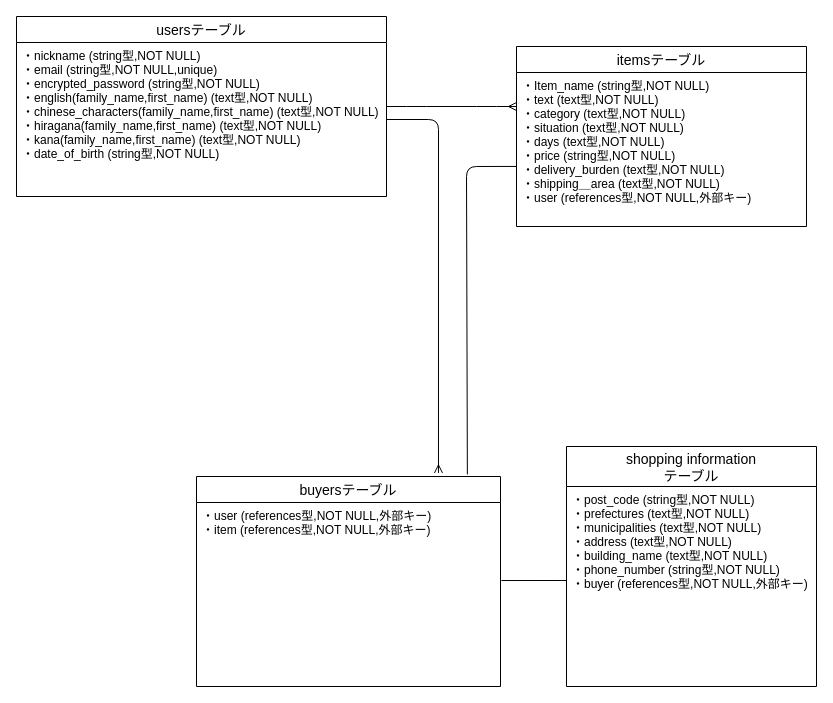
Before: test.dio in yuichiban/furima-37652, a draw.io diagram. Source tidied: cells renumbered, new cells numbered last; positions are measured from the earlier drawing's top-left corner, leaving out a move shared by most shapes. Both pictures are drawn from the tidied source at 100%, with x=0, y=0 at pixel (16, 16).
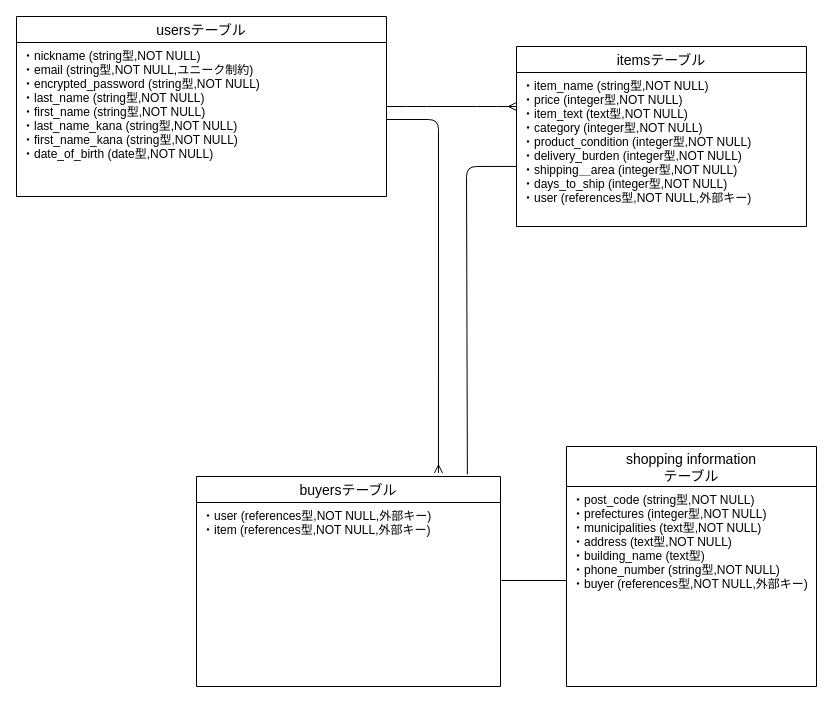
After the change.

Change to the diagram source:
```diff
@@
 <mxGraphModel>
   <root>
     <mxCell id="0" />
     <mxCell id="1" parent="0" />
     <mxCell id="2" value="usersテーブル" style="swimlane;fontStyle=0;horizontal=1;startSize=26;align=center;fontSize=14;" parent="1" vertex="1">
       <mxGeometry width="370" height="180" as="geometry" />
     </mxCell>
-    <mxCell id="3" value="・nickname (string型,NOT NULL)&#10;・email (string型,NOT NULL,unique)&#10;・encrypted_password (string型,NOT NULL)&#10;・english(family_name,first_name) (text型,NOT NULL)&#10;・chinese_characters(family_name,first_name) (text型,NOT NULL)&#10;・hiragana(family_name,first_name) (text型,NOT NULL)&#10;・kana(family_name,first_name) (text型,NOT NULL)&#10;・date_of_birth (string型,NOT NULL)&#10;" style="text;strokeColor=none;fillColor=none;spacingLeft=4;spacingRight=4;overflow=hidden;points=[[0,0.5],[1,0.5]];portConstraint=eastwest;fontSize=12;" parent="2" vertex="1">
+    <mxCell id="3" value="・nickname (string型,NOT NULL)&#10;・email (string型,NOT NULL,ユニーク制約)&#10;・encrypted_password (string型,NOT NULL)&#10;・last_name (string型,NOT NULL)&#10;・first_name (string型,NOT NULL)&#10;・last_name_kana (string型,NOT NULL)&#10;・first_name_kana (string型,NOT NULL)&#10;・date_of_birth (date型,NOT NULL)&#10;" style="text;strokeColor=none;fillColor=none;spacingLeft=4;spacingRight=4;overflow=hidden;points=[[0,0.5],[1,0.5]];portConstraint=eastwest;fontSize=12;" parent="2" vertex="1">
       <mxGeometry y="26" width="370" height="154" as="geometry" />
     </mxCell>
     <mxCell id="4" value="itemsテーブル" style="swimlane;fontStyle=0;horizontal=1;startSize=26;align=center;fontSize=14;" parent="1" vertex="1">
       <mxGeometry x="500" y="30" width="290" height="180" as="geometry" />
     </mxCell>
-    <mxCell id="5" value="・Item_name (string型,NOT NULL)&#10;・text (text型,NOT NULL)&#10;・category (text型,NOT NULL)&#10;・situation (text型,NOT NULL)&#10;・days (text型,NOT NULL)&#10;・price (string型,NOT NULL)&#10;・delivery_burden (text型,NOT NULL)&#10;・shipping＿area (text型,NOT NULL)&#10;・user (references型,NOT NULL,外部キー)&#10;" style="text;strokeColor=none;fillColor=none;spacingLeft=4;spacingRight=4;overflow=hidden;points=[[0,0.5],[1,0.5]];portConstraint=eastwest;fontSize=12;" parent="4" vertex="1">
+    <mxCell id="5" value="・item_name (string型,NOT NULL)&#10;・price (integer型,NOT NULL)&#10;・item_text (text型,NOT NULL)&#10;・category (integer型,NOT NULL)&#10;・product_condition (integer型,NOT NULL)&#10;・delivery_burden (integer型,NOT NULL)&#10;・shipping＿area (integer型,NOT NULL)&#10;・days_to_ship (integer型,NOT NULL)&#10;・user (references型,NOT NULL,外部キー)&#10;" style="text;strokeColor=none;fillColor=none;spacingLeft=4;spacingRight=4;overflow=hidden;points=[[0,0.5],[1,0.5]];portConstraint=eastwest;fontSize=12;" parent="4" vertex="1">
       <mxGeometry y="26" width="290" height="154" as="geometry" />
     </mxCell>
     <mxCell id="6" style="edgeStyle=none;html=1;exitX=0.891;exitY=-0.01;exitDx=0;exitDy=0;endArrow=none;endFill=0;exitPerimeter=0;entryX=0;entryY=0.61;entryDx=0;entryDy=0;entryPerimeter=0;" parent="1" edge="1" source="7" target="5">
       <mxGeometry relative="1" as="geometry">
         <Array as="points">
           <mxPoint x="450" y="150" />
         </Array>
       </mxGeometry>
     </mxCell>
     <mxCell id="7" value="buyersテーブル" style="swimlane;fontStyle=0;horizontal=1;startSize=26;align=center;fontSize=14;" parent="1" vertex="1">
       <mxGeometry x="180" y="460" width="304" height="210" as="geometry" />
     </mxCell>
     <mxCell id="8" value="・user (references型,NOT NULL,外部キー)&#10;・item (references型,NOT NULL,外部キー)" style="text;strokeColor=none;fillColor=none;spacingLeft=4;spacingRight=4;overflow=hidden;points=[[0,0.5],[1,0.5]];portConstraint=eastwest;fontSize=12;" parent="7" vertex="1">
       <mxGeometry y="26" width="304" height="184" as="geometry" />
     </mxCell>
     <mxCell id="9" style="edgeStyle=entityRelationEdgeStyle;fontSize=12;html=1;endArrow=ERmany;entryX=0;entryY=0.133;entryDx=0;entryDy=0;entryPerimeter=0;" parent="1" edge="1">
       <mxGeometry relative="1" as="geometry">
         <mxPoint x="370" y="90" as="sourcePoint" />
         <mxPoint x="500" y="90" as="targetPoint" />
       </mxGeometry>
     </mxCell>
     <mxCell id="10" style="edgeStyle=none;html=1;entryX=1.003;entryY=0.424;entryDx=0;entryDy=0;entryPerimeter=0;endArrow=none;endFill=0;" parent="1" edge="1" target="8">
       <mxGeometry relative="1" as="geometry">
         <mxPoint x="550" y="564" as="sourcePoint" />
       </mxGeometry>
     </mxCell>
     <mxCell id="11" value="shopping information&#10;テーブル" style="swimlane;fontStyle=0;horizontal=1;startSize=40;align=center;fontSize=14;" parent="1" vertex="1">
       <mxGeometry x="550" y="430" width="250" height="240" as="geometry" />
     </mxCell>
-    <mxCell id="12" value="・post_code (string型,NOT NULL)&#10;・prefectures (text型,NOT NULL)&#10;・municipalities (text型,NOT NULL)&#10;・address (text型,NOT NULL)&#10;・building_name (text型,NOT NULL)&#10;・phone_number (string型,NOT NULL)&#10;・buyer (references型,NOT NULL,外部キー)" style="text;strokeColor=none;fillColor=none;spacingLeft=4;spacingRight=4;overflow=hidden;fontSize=12;" parent="11" vertex="1">
+    <mxCell id="12" value="・post_code (string型,NOT NULL)&#10;・prefectures (integer型,NOT NULL)&#10;・municipalities (text型,NOT NULL)&#10;・address (text型,NOT NULL)&#10;・building_name (text型)&#10;・phone_number (string型,NOT NULL)&#10;・buyer (references型,NOT NULL,外部キー)" style="text;strokeColor=none;fillColor=none;spacingLeft=4;spacingRight=4;overflow=hidden;fontSize=12;" parent="11" vertex="1">
       <mxGeometry y="40" width="250" height="200" as="geometry" />
     </mxCell>
     <mxCell id="13" style="edgeStyle=none;html=1;exitX=1;exitY=0.5;exitDx=0;exitDy=0;entryX=0.796;entryY=-0.017;entryDx=0;entryDy=0;entryPerimeter=0;endArrow=ERmany;endFill=0;" parent="1" edge="1" source="3" target="7">
       <mxGeometry relative="1" as="geometry">
         <Array as="points">
           <mxPoint x="422" y="103" />
         </Array>
       </mxGeometry>
     </mxCell>
   </root>
 </mxGraphModel>
```
